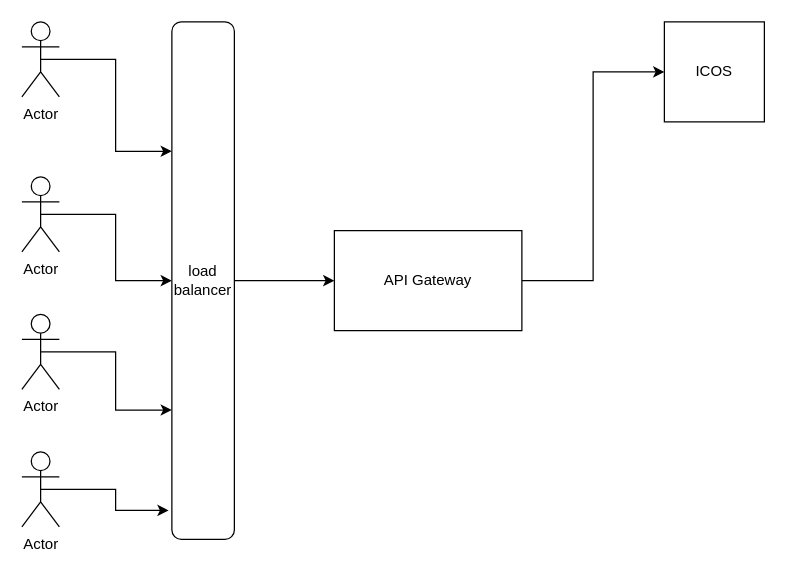
This is system.drawio from jassirwani/posta-mind-mapping, a draw.io file, before an edit. Source tidied: cells renumbered, new cells numbered last; positions are measured from the earlier drawing's top-left corner, leaving out a move shared by most shapes. Both pictures are drawn from the tidied source at 125%, with x=0, y=0 at pixel (21, 21).
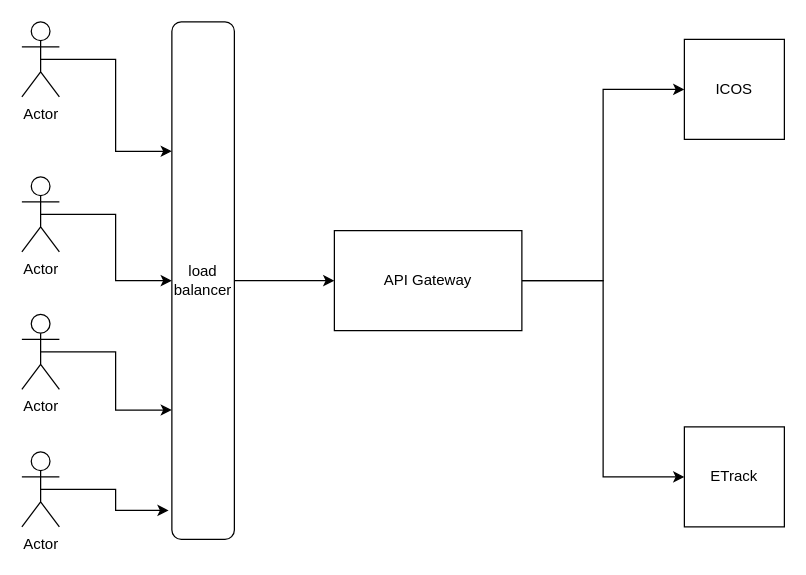
Above is the later version.

Change to the diagram source:
```diff
@@
 <mxGraphModel>
   <root>
     <mxCell id="0" />
     <mxCell id="1" parent="0" />
     <mxCell id="2" style="edgeStyle=orthogonalEdgeStyle;rounded=0;jettySize=auto;html=1;exitX=0.5;exitY=0.5;exitDx=0;exitDy=0;exitPerimeter=0;entryX=0.25;entryY=1;entryDx=0;entryDy=0;" parent="1" edge="1" source="3" target="11">
       <mxGeometry relative="1" as="geometry" />
     </mxCell>
     <mxCell id="3" value="Actor" style="shape=umlActor;verticalLabelPosition=bottom;verticalAlign=top;html=1;outlineConnect=0;" parent="1" vertex="1">
       <mxGeometry width="30" height="60" as="geometry" />
     </mxCell>
     <mxCell id="4" style="edgeStyle=orthogonalEdgeStyle;rounded=0;jettySize=auto;html=1;exitX=0.5;exitY=0.5;exitDx=0;exitDy=0;exitPerimeter=0;entryX=0.5;entryY=1;entryDx=0;entryDy=0;" parent="1" edge="1" source="5" target="11">
       <mxGeometry relative="1" as="geometry" />
     </mxCell>
     <mxCell id="5" value="Actor" style="shape=umlActor;verticalLabelPosition=bottom;verticalAlign=top;html=1;outlineConnect=0;" parent="1" vertex="1">
       <mxGeometry y="124" width="30" height="60" as="geometry" />
     </mxCell>
     <mxCell id="6" style="edgeStyle=orthogonalEdgeStyle;rounded=0;jettySize=auto;html=1;exitX=0.5;exitY=0.5;exitDx=0;exitDy=0;exitPerimeter=0;entryX=0.75;entryY=1;entryDx=0;entryDy=0;" parent="1" edge="1" source="7" target="11">
       <mxGeometry relative="1" as="geometry" />
     </mxCell>
     <mxCell id="7" value="Actor" style="shape=umlActor;verticalLabelPosition=bottom;verticalAlign=top;html=1;outlineConnect=0;" parent="1" vertex="1">
       <mxGeometry y="234" width="30" height="60" as="geometry" />
     </mxCell>
     <mxCell id="8" style="edgeStyle=orthogonalEdgeStyle;rounded=0;jettySize=auto;html=1;exitX=0.5;exitY=0.5;exitDx=0;exitDy=0;exitPerimeter=0;entryX=0.944;entryY=1.052;entryDx=0;entryDy=0;entryPerimeter=0;" parent="1" edge="1" source="9" target="11">
       <mxGeometry relative="1" as="geometry" />
     </mxCell>
     <mxCell id="9" value="Actor" style="shape=umlActor;verticalLabelPosition=bottom;verticalAlign=top;html=1;outlineConnect=0;" parent="1" vertex="1">
       <mxGeometry y="344" width="30" height="60" as="geometry" />
     </mxCell>
     <mxCell id="10" style="edgeStyle=orthogonalEdgeStyle;rounded=0;jettySize=auto;html=1;exitX=0.5;exitY=0;exitDx=0;exitDy=0;" parent="1" edge="1" source="11" target="13">
       <mxGeometry relative="1" as="geometry" />
     </mxCell>
     <mxCell id="11" value="load&lt;br&gt;balancer" style="rounded=1;whiteSpace=wrap;html=1;direction=south;" parent="1" vertex="1">
       <mxGeometry x="120" width="50" height="414" as="geometry" />
     </mxCell>
     <mxCell id="12" style="edgeStyle=orthogonalEdgeStyle;rounded=0;jettySize=auto;html=1;exitX=1;exitY=0.5;exitDx=0;exitDy=0;entryX=0;entryY=0.5;entryDx=0;entryDy=0;" parent="1" edge="1" source="13" target="14">
       <mxGeometry relative="1" as="geometry" />
     </mxCell>
+    <mxCell id="15" style="edgeStyle=orthogonalEdgeStyle;rounded=0;jettySize=auto;html=1;exitX=1;exitY=0.5;exitDx=0;exitDy=0;entryX=0;entryY=0.5;entryDx=0;entryDy=0;" parent="1" edge="1" source="13" target="16">
+      <mxGeometry relative="1" as="geometry" />
+    </mxCell>
     <mxCell id="13" value="API Gateway" style="rounded=0;whiteSpace=wrap;html=1;" parent="1" vertex="1">
       <mxGeometry x="250" y="167" width="150" height="80" as="geometry" />
     </mxCell>
     <mxCell id="14" value="ICOS" style="whiteSpace=wrap;html=1;" parent="1" vertex="1">
-      <mxGeometry x="514" width="80" height="80" as="geometry" />
+      <mxGeometry x="530" y="14" width="80" height="80" as="geometry" />
     </mxCell>
+    <mxCell id="16" value="ETrack" style="whiteSpace=wrap;html=1;" parent="1" vertex="1">
+      <mxGeometry x="530" y="324" width="80" height="80" as="geometry" />
+    </mxCell>
   </root>
 </mxGraphModel>
```
